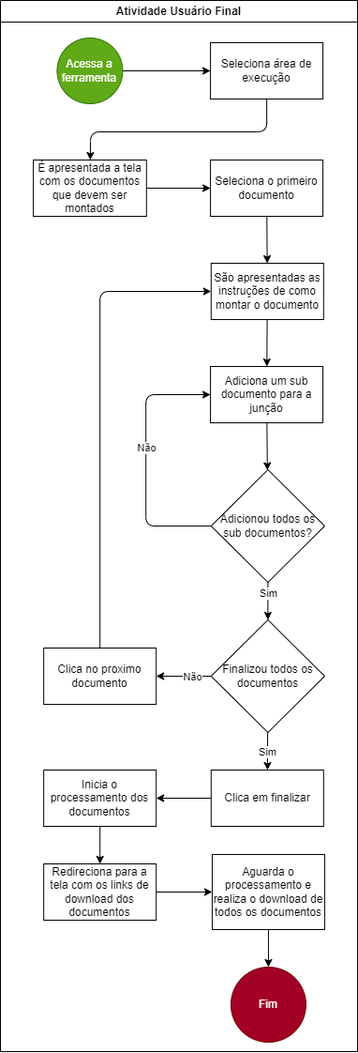
Before: diagrams/diagrama-atividade-usuario.drawio.png, a diagram exported from draw.io (DavidRusycki/doc-easy). Source tidied: cells renumbered, new cells last; positions are measured from the earlier drawing's top-left corner, leaving out a move shared by most shapes.
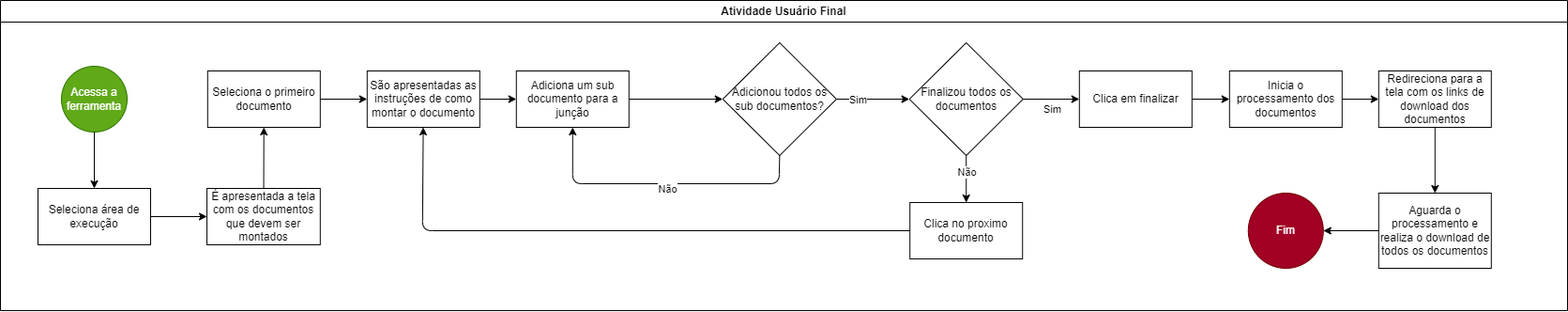
The same file after the commit.

Commit message:
docs: update orizontal diagrams

Diff of the diagram source:
```diff
@@ -3,21 +3,16 @@
     <mxCell id="0" />
     <mxCell id="1" parent="0" />
     <mxCell id="2" value="&lt;span style=&quot;&quot;&gt;Atividade Usuário Final&lt;/span&gt;" style="swimlane;whiteSpace=wrap;html=1;" parent="1" vertex="1">
-      <mxGeometry width="381" height="1120" as="geometry" />
+      <mxGeometry width="1670" height="330" as="geometry" />
     </mxCell>
     <mxCell id="3" value="Acessa a ferramenta" style="ellipse;whiteSpace=wrap;html=1;fillColor=#60a917;fontColor=#ffffff;strokeColor=#2D7600;" parent="2" vertex="1">
-      <mxGeometry x="60.4" y="40" width="70" height="70" as="geometry" />
+      <mxGeometry x="65" y="70" width="70" height="70" as="geometry" />
     </mxCell>
     <mxCell id="4" style="edgeStyle=none;html=1;" parent="2" edge="1" source="5" target="8">
-      <mxGeometry relative="1" as="geometry">
-        <Array as="points">
-          <mxPoint x="284.2" y="140" />
-          <mxPoint x="96.2" y="140" />
-        </Array>
-      </mxGeometry>
+      <mxGeometry relative="1" as="geometry" />
     </mxCell>
     <mxCell id="5" value="Seleciona área de execução" style="whiteSpace=wrap;html=1;" parent="2" vertex="1">
-      <mxGeometry x="224.1" y="45" width="120" height="60" as="geometry" />
+      <mxGeometry x="40" y="200" width="120" height="60" as="geometry" />
     </mxCell>
     <mxCell id="6" style="edgeStyle=none;html=1;" parent="2" edge="1" source="3" target="5">
       <mxGeometry relative="1" as="geometry" />
@@ -26,98 +21,100 @@
       <mxGeometry relative="1" as="geometry" />
     </mxCell>
     <mxCell id="8" value="É apresentada a tela com os documentos que devem ser montados" style="whiteSpace=wrap;html=1;" parent="2" vertex="1">
-      <mxGeometry x="35.1" y="170" width="120.8" height="60" as="geometry" />
+      <mxGeometry x="220" y="200" width="120.8" height="60" as="geometry" />
     </mxCell>
     <mxCell id="9" style="edgeStyle=none;html=1;" parent="2" edge="1" source="10" target="12">
       <mxGeometry relative="1" as="geometry" />
     </mxCell>
     <mxCell id="10" value="Seleciona o primeiro documento" style="whiteSpace=wrap;html=1;" parent="2" vertex="1">
-      <mxGeometry x="224.1" y="170" width="120" height="60" as="geometry" />
+      <mxGeometry x="220.8" y="75" width="120" height="60" as="geometry" />
     </mxCell>
     <mxCell id="11" style="edgeStyle=none;html=1;" parent="2" edge="1" source="12" target="14">
       <mxGeometry relative="1" as="geometry" />
     </mxCell>
     <mxCell id="12" value="São apresentadas as instruções de como montar o documento" style="whiteSpace=wrap;html=1;" parent="2" vertex="1">
-      <mxGeometry x="224.8" y="280" width="120" height="60" as="geometry" />
+      <mxGeometry x="390.8" y="75" width="120" height="60" as="geometry" />
     </mxCell>
+    <mxCell id="14" value="Adiciona um sub documento para a junção" style="whiteSpace=wrap;html=1;" parent="2" vertex="1">
+      <mxGeometry x="549.8" y="75" width="120" height="60" as="geometry" />
+    </mxCell>
+    <mxCell id="19" value="Adicionou todos os sub documentos?" style="rhombus;whiteSpace=wrap;html=1;" parent="1" vertex="1">
+      <mxGeometry x="769.8" y="45" width="121.1" height="120" as="geometry" />
+    </mxCell>
-    <mxCell id="13" style="edgeStyle=none;html=1;" parent="2" edge="1" source="14" target="19">
+    <mxCell id="13" style="edgeStyle=none;html=1;" parent="1" edge="1" source="14" target="19">
       <mxGeometry relative="1" as="geometry" />
     </mxCell>
-    <mxCell id="14" value="Adiciona um sub documento para a junção" style="whiteSpace=wrap;html=1;" parent="2" vertex="1">
-      <mxGeometry x="224.1" y="390" width="120" height="60" as="geometry" />
-    </mxCell>
-    <mxCell id="15" style="edgeStyle=none;html=1;" parent="2" edge="1" source="19" target="14">
+    <mxCell id="15" style="edgeStyle=none;html=1;exitX=0.5;exitY=1;exitDx=0;exitDy=0;" parent="1" edge="1" source="19" target="14">
       <mxGeometry relative="1" as="geometry">
         <Array as="points">
-          <mxPoint x="155.2" y="560" />
-          <mxPoint x="155.2" y="420" />
+          <mxPoint x="829.8" y="195" />
+          <mxPoint x="609.8" y="195" />
         </Array>
       </mxGeometry>
     </mxCell>
     <mxCell id="16" value="Não" style="edgeLabel;html=1;align=center;verticalAlign=middle;" parent="15" vertex="1">
-      <mxGeometry x="0.1" relative="1" as="geometry" />
+      <mxGeometry x="0.1" relative="1" as="geometry">
+        <mxPoint x="21" y="5" as="offset" />
+      </mxGeometry>
     </mxCell>
-    <mxCell id="17" style="edgeStyle=none;html=1;" parent="2" edge="1" source="19" target="26">
+    <mxCell id="17" style="edgeStyle=none;html=1;" parent="1" edge="1" source="19" target="26">
       <mxGeometry relative="1" as="geometry" />
     </mxCell>
     <mxCell id="18" value="Sim" style="edgeLabel;html=1;align=center;verticalAlign=middle;" parent="17" vertex="1">
       <mxGeometry x="-0.42" relative="1" as="geometry" />
     </mxCell>
-    <mxCell id="19" value="Adicionou todos os sub documentos?" style="rhombus;whiteSpace=wrap;html=1;" parent="2" vertex="1">
-      <mxGeometry x="224.8" y="500" width="121.1" height="120" as="geometry" />
-    </mxCell>
-    <mxCell id="20" style="edgeStyle=none;html=1;" parent="2" edge="1" source="21" target="12">
-      <mxGeometry relative="1" as="geometry">
-        <Array as="points">
-          <mxPoint x="106.2" y="310" />
-        </Array>
-      </mxGeometry>
-    </mxCell>
-    <mxCell id="21" value="Clica no proximo documento" style="whiteSpace=wrap;html=1;" parent="2" vertex="1">
-      <mxGeometry x="46.2" y="690" width="120" height="60" as="geometry" />
-    </mxCell>
+    <mxCell id="26" value="Finalizou todos os documentos" style="rhombus;whiteSpace=wrap;html=1;" parent="1" vertex="1">
+      <mxGeometry x="968.6" y="45" width="121.1" height="120" as="geometry" />
+    </mxCell>
-    <mxCell id="22" style="edgeStyle=none;html=1;" parent="2" edge="1" source="26" target="21">
+    <mxCell id="22" style="edgeStyle=none;html=1;" parent="1" edge="1" source="26" target="21">
       <mxGeometry relative="1" as="geometry" />
     </mxCell>
     <mxCell id="23" value="Não" style="edgeLabel;html=1;align=center;verticalAlign=middle;" parent="22" vertex="1">
       <mxGeometry x="-0.34" relative="1" as="geometry" />
     </mxCell>
-    <mxCell id="24" style="edgeStyle=none;html=1;" parent="2" edge="1" source="26" target="28">
+    <mxCell id="24" style="edgeStyle=none;html=1;" parent="1" edge="1" source="26" target="28">
       <mxGeometry relative="1" as="geometry" />
     </mxCell>
     <mxCell id="25" value="Sim" style="edgeLabel;html=1;align=center;verticalAlign=middle;" parent="24" vertex="1">
       <mxGeometry x="-0.49" y="-1" relative="1" as="geometry">
-        <mxPoint y="10" as="offset" />
+        <mxPoint x="15" y="9" as="offset" />
       </mxGeometry>
     </mxCell>
-    <mxCell id="26" value="Finalizou todos os documentos" style="rhombus;whiteSpace=wrap;html=1;" parent="2" vertex="1">
-      <mxGeometry x="224.8" y="660" width="121.1" height="120" as="geometry" />
-    </mxCell>
+    <mxCell id="21" value="Clica no proximo documento" style="whiteSpace=wrap;html=1;" parent="1" vertex="1">
+      <mxGeometry x="969.2" y="215" width="120" height="60" as="geometry" />
+    </mxCell>
+    <mxCell id="20" style="edgeStyle=none;html=1;" parent="1" edge="1" source="21" target="12">
+      <mxGeometry relative="1" as="geometry">
+        <Array as="points">
+          <mxPoint x="449.8" y="245" />
+        </Array>
+      </mxGeometry>
+    </mxCell>
-    <mxCell id="27" style="edgeStyle=none;html=1;" parent="2" edge="1" source="28" target="29">
+    <mxCell id="27" style="edgeStyle=none;html=1;" parent="1" edge="1" source="28" target="29">
       <mxGeometry relative="1" as="geometry" />
     </mxCell>
-    <mxCell id="28" value="Clica em finalizar" style="whiteSpace=wrap;html=1;" parent="2" vertex="1">
-      <mxGeometry x="224.8" y="820" width="120" height="60" as="geometry" />
+    <mxCell id="28" value="Clica em finalizar" style="whiteSpace=wrap;html=1;" parent="1" vertex="1">
+      <mxGeometry x="1149.8" y="75" width="120" height="60" as="geometry" />
     </mxCell>
-    <mxCell id="29" value="Inicia o processamento dos documentos" style="whiteSpace=wrap;html=1;" parent="2" vertex="1">
-      <mxGeometry x="46.2" y="820" width="120" height="60" as="geometry" />
+    <mxCell id="29" value="Inicia o processamento dos documentos" style="whiteSpace=wrap;html=1;" parent="1" vertex="1">
+      <mxGeometry x="1309.8" y="75" width="120" height="60" as="geometry" />
     </mxCell>
-    <mxCell id="30" style="edgeStyle=none;html=1;" parent="2" edge="1" source="31" target="32">
+    <mxCell id="30" style="edgeStyle=none;html=1;" parent="1" edge="1" source="31" target="32">
       <mxGeometry relative="1" as="geometry" />
     </mxCell>
-    <mxCell id="31" value="Aguarda o processamento e realiza o download de todos os documentos" style="whiteSpace=wrap;html=1;" parent="2" vertex="1">
-      <mxGeometry x="225.9" y="910" width="120" height="80" as="geometry" />
+    <mxCell id="31" value="Aguarda o processamento e realiza o download de todos os documentos" style="whiteSpace=wrap;html=1;" parent="1" vertex="1">
+      <mxGeometry x="1468.8" y="205" width="120" height="80" as="geometry" />
     </mxCell>
-    <mxCell id="32" value="Fim" style="ellipse;whiteSpace=wrap;html=1;fillColor=#a20025;fontColor=#ffffff;strokeColor=#6F0000;" parent="2" vertex="1">
-      <mxGeometry x="245.9" y="1030" width="80" height="80" as="geometry" />
+    <mxCell id="32" value="Fim" style="ellipse;whiteSpace=wrap;html=1;fillColor=#a20025;fontColor=#ffffff;strokeColor=#6F0000;" parent="1" vertex="1">
+      <mxGeometry x="1329.8" y="205" width="80" height="80" as="geometry" />
     </mxCell>
-    <mxCell id="33" value="Redireciona para a tela com os links de download dos documentos" style="whiteSpace=wrap;html=1;" parent="2" vertex="1">
-      <mxGeometry x="46.2" y="920" width="120" height="60" as="geometry" />
+    <mxCell id="33" value="Redireciona para a tela com os links de download dos documentos" style="whiteSpace=wrap;html=1;" parent="1" vertex="1">
+      <mxGeometry x="1468.8" y="75" width="120" height="60" as="geometry" />
     </mxCell>
-    <mxCell id="34" style="edgeStyle=none;html=1;" parent="2" edge="1" source="29" target="33">
+    <mxCell id="34" style="edgeStyle=none;html=1;" parent="1" edge="1" source="29" target="33">
       <mxGeometry relative="1" as="geometry" />
     </mxCell>
-    <mxCell id="35" style="edgeStyle=none;html=1;" parent="2" edge="1" source="33" target="31">
+    <mxCell id="35" style="edgeStyle=none;html=1;" parent="1" edge="1" source="33" target="31">
       <mxGeometry relative="1" as="geometry" />
     </mxCell>
   </root>
```
